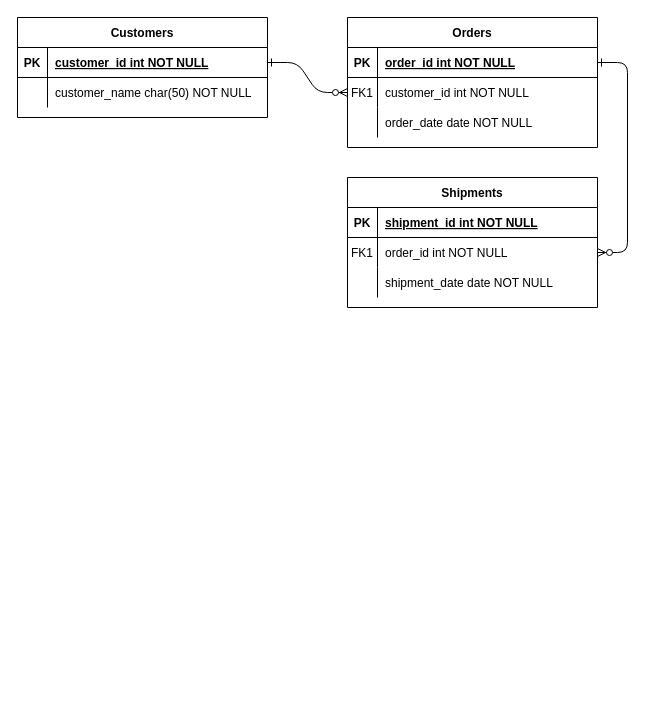
rudras3/hello-world keeps this draw.io diagram as Untitled Diagram.drawio. Above is the earlier version. Source tidied: cells renumbered, new cells numbered last; positions are measured from the earlier drawing's top-left corner, leaving out a move shared by most shapes. Both pictures are drawn from the tidied source at 100%, with x=0, y=0 at pixel (17, 17).
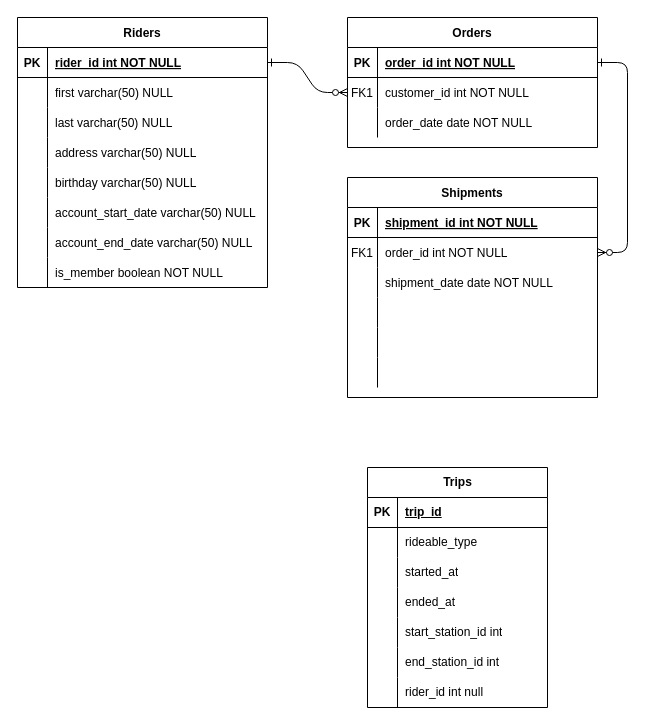
After the change.

Unchanged cells that the change refers to:
```xml
<mxCell id="25" style="shape=partialRectangle;fillColor=none;points=[[0,0.5],[1,0.5]];portConstraint=eastwest;top=0;left=0;right=0;bottom=1;" parent="24" vertex="1">
  <mxGeometry y="30" width="250" height="30" as="geometry" />
</mxCell>
<mxCell id="28" style="shape=partialRectangle;fillColor=none;top=0;left=0;right=0;bottom=0;" parent="24" vertex="1">
  <mxGeometry y="60" width="250" height="30" as="geometry" />
</mxCell>
```

Change to the diagram source:
```diff
@@
-    <mxCell id="14" value="Shipments" style="shape=table;startSize=30;childLayout=tableLayout;rowLines=0;fontStyle=1;align=center;" parent="1" vertex="1">
-      <mxGeometry x="330" y="160" width="250" height="130" as="geometry" />
+    <mxCell id="14" value="Shipments" style="shape=table;startSize=30;childLayout=tableLayout;rowLines=0;fontStyle=1;align=center;fontSize=12;" parent="1" vertex="1">
+      <mxGeometry x="330" y="160" width="250" height="220" as="geometry" />
     </mxCell>
@@
+    <mxCell id="31" style="shape=partialRectangle;fillColor=none;top=0;left=0;right=0;bottom=0;" parent="14" vertex="1">
+      <mxGeometry y="120" width="250" height="30" as="geometry" />
+    </mxCell>
+    <mxCell id="32" style="shape=partialRectangle;overflow=hidden;fillColor=none;top=0;left=0;bottom=0;right=0;" parent="31" vertex="1">
+      <mxGeometry width="30" height="30" as="geometry" />
+    </mxCell>
+    <mxCell id="33" style="shape=partialRectangle;overflow=hidden;fillColor=none;top=0;left=0;bottom=0;right=0;align=left;spacingLeft=6;" parent="31" vertex="1">
+      <mxGeometry x="30" width="220" height="30" as="geometry" />
+    </mxCell>
+    <mxCell id="34" style="shape=partialRectangle;fillColor=none;top=0;left=0;right=0;bottom=0;" parent="14" vertex="1">
+      <mxGeometry y="150" width="250" height="30" as="geometry" />
+    </mxCell>
+    <mxCell id="35" style="shape=partialRectangle;overflow=hidden;fillColor=none;top=0;left=0;bottom=0;right=0;" parent="34" vertex="1">
+      <mxGeometry width="30" height="30" as="geometry" />
+    </mxCell>
+    <mxCell id="36" style="shape=partialRectangle;overflow=hidden;fillColor=none;top=0;left=0;bottom=0;right=0;align=left;spacingLeft=6;" parent="34" vertex="1">
+      <mxGeometry x="30" width="220" height="30" as="geometry" />
+    </mxCell>
+    <mxCell id="37" style="shape=partialRectangle;fillColor=none;top=0;left=0;right=0;bottom=0;" parent="14" vertex="1">
+      <mxGeometry y="180" width="250" height="30" as="geometry" />
+    </mxCell>
+    <mxCell id="38" style="shape=partialRectangle;overflow=hidden;fillColor=none;top=0;left=0;bottom=0;right=0;" parent="37" vertex="1">
+      <mxGeometry width="30" height="30" as="geometry" />
+    </mxCell>
+    <mxCell id="39" style="shape=partialRectangle;overflow=hidden;fillColor=none;top=0;left=0;bottom=0;right=0;align=left;spacingLeft=6;" parent="37" vertex="1">
+      <mxGeometry x="30" width="220" height="30" as="geometry" />
+    </mxCell>
-    <mxCell id="24" value="Customers" style="shape=table;startSize=30;childLayout=tableLayout;rowLines=0;fontStyle=1;align=center;" parent="1" vertex="1">
-      <mxGeometry width="250" height="100" as="geometry" />
+    <mxCell id="24" value="Riders" style="shape=table;startSize=30;childLayout=tableLayout;rowLines=0;fontStyle=1;align=center;" parent="1" vertex="1">
+      <mxGeometry width="250" height="270" as="geometry" />
     </mxCell>
@@
-    <mxCell id="27" value="customer_id int NOT NULL " style="shape=partialRectangle;overflow=hidden;fillColor=none;top=0;left=0;bottom=0;right=0;align=left;spacingLeft=6;fontStyle=5;" parent="25" vertex="1">
+    <mxCell id="27" value="rider_id int NOT NULL " style="shape=partialRectangle;overflow=hidden;fillColor=none;top=0;left=0;bottom=0;right=0;align=left;spacingLeft=6;fontStyle=5;" parent="25" vertex="1">
       <mxGeometry x="30" width="220" height="30" as="geometry" />
     </mxCell>
@@
-    <mxCell id="30" value="customer_name char(50) NOT NULL" style="shape=partialRectangle;overflow=hidden;fillColor=none;top=0;left=0;bottom=0;right=0;align=left;spacingLeft=6;" parent="28" vertex="1">
+    <mxCell id="30" value="first varchar(50) NULL" style="shape=partialRectangle;overflow=hidden;fillColor=none;top=0;left=0;bottom=0;right=0;align=left;spacingLeft=6;" parent="28" vertex="1">
       <mxGeometry x="30" width="220" height="30" as="geometry" />
     </mxCell>
+    <mxCell id="40" style="shape=partialRectangle;fillColor=none;top=0;left=0;right=0;bottom=0;" parent="24" vertex="1">
+      <mxGeometry y="90" width="250" height="30" as="geometry" />
+    </mxCell>
+    <mxCell id="41" style="shape=partialRectangle;overflow=hidden;fillColor=none;top=0;left=0;bottom=0;right=0;" parent="40" vertex="1">
+      <mxGeometry width="30" height="30" as="geometry" />
+    </mxCell>
+    <mxCell id="42" value="last varchar(50) NULL" style="shape=partialRectangle;overflow=hidden;fillColor=none;top=0;left=0;bottom=0;right=0;align=left;spacingLeft=6;" parent="40" vertex="1">
+      <mxGeometry x="30" width="220" height="30" as="geometry" />
+    </mxCell>
+    <mxCell id="43" style="shape=partialRectangle;fillColor=none;top=0;left=0;right=0;bottom=0;" parent="24" vertex="1">
+      <mxGeometry y="120" width="250" height="30" as="geometry" />
+    </mxCell>
+    <mxCell id="44" style="shape=partialRectangle;overflow=hidden;fillColor=none;top=0;left=0;bottom=0;right=0;" parent="43" vertex="1">
+      <mxGeometry width="30" height="30" as="geometry" />
+    </mxCell>
+    <mxCell id="45" value="address varchar(50) NULL" style="shape=partialRectangle;overflow=hidden;fillColor=none;top=0;left=0;bottom=0;right=0;align=left;spacingLeft=6;" parent="43" vertex="1">
+      <mxGeometry x="30" width="220" height="30" as="geometry" />
+    </mxCell>
+    <mxCell id="46" style="shape=partialRectangle;fillColor=none;top=0;left=0;right=0;bottom=0;" parent="24" vertex="1">
+      <mxGeometry y="150" width="250" height="30" as="geometry" />
+    </mxCell>
+    <mxCell id="47" style="shape=partialRectangle;overflow=hidden;fillColor=none;top=0;left=0;bottom=0;right=0;" parent="46" vertex="1">
+      <mxGeometry width="30" height="30" as="geometry" />
+    </mxCell>
+    <mxCell id="48" value="birthday varchar(50) NULL" style="shape=partialRectangle;overflow=hidden;fillColor=none;top=0;left=0;bottom=0;right=0;align=left;spacingLeft=6;" parent="46" vertex="1">
+      <mxGeometry x="30" width="220" height="30" as="geometry" />
+    </mxCell>
+    <mxCell id="49" style="shape=partialRectangle;fillColor=none;top=0;left=0;right=0;bottom=0;" parent="24" vertex="1">
+      <mxGeometry y="180" width="250" height="30" as="geometry" />
+    </mxCell>
+    <mxCell id="50" style="shape=partialRectangle;overflow=hidden;fillColor=none;top=0;left=0;bottom=0;right=0;" parent="49" vertex="1">
+      <mxGeometry width="30" height="30" as="geometry" />
+    </mxCell>
+    <mxCell id="51" value="account_start_date varchar(50) NULL" style="shape=partialRectangle;overflow=hidden;fillColor=none;top=0;left=0;bottom=0;right=0;align=left;spacingLeft=6;" parent="49" vertex="1">
+      <mxGeometry x="30" width="220" height="30" as="geometry" />
+    </mxCell>
+    <mxCell id="52" style="shape=partialRectangle;fillColor=none;top=0;left=0;right=0;bottom=0;" parent="24" vertex="1">
+      <mxGeometry y="210" width="250" height="30" as="geometry" />
+    </mxCell>
+    <mxCell id="53" style="shape=partialRectangle;overflow=hidden;fillColor=none;top=0;left=0;bottom=0;right=0;" parent="52" vertex="1">
+      <mxGeometry width="30" height="30" as="geometry" />
+    </mxCell>
+    <mxCell id="54" value="account_end_date varchar(50) NULL" style="shape=partialRectangle;overflow=hidden;fillColor=none;top=0;left=0;bottom=0;right=0;align=left;spacingLeft=6;" parent="52" vertex="1">
+      <mxGeometry x="30" width="220" height="30" as="geometry" />
+    </mxCell>
+    <mxCell id="55" style="shape=partialRectangle;fillColor=none;top=0;left=0;right=0;bottom=0;" parent="24" vertex="1">
+      <mxGeometry y="240" width="250" height="30" as="geometry" />
+    </mxCell>
+    <mxCell id="56" style="shape=partialRectangle;overflow=hidden;fillColor=none;top=0;left=0;bottom=0;right=0;" parent="55" vertex="1">
+      <mxGeometry width="30" height="30" as="geometry" />
+    </mxCell>
+    <mxCell id="57" value="is_member boolean NOT NULL" style="shape=partialRectangle;overflow=hidden;fillColor=none;top=0;left=0;bottom=0;right=0;align=left;spacingLeft=6;" parent="55" vertex="1">
+      <mxGeometry x="30" width="220" height="30" as="geometry" />
+    </mxCell>
+    <mxCell id="58" value="Trips" style="shape=table;startSize=30;childLayout=tableLayout;rowLines=0;fontStyle=1;align=center;html=1;" parent="1" vertex="1">
+      <mxGeometry x="350" y="450" width="180" height="240" as="geometry" />
+    </mxCell>
+    <mxCell id="59" style="shape=tableRow;horizontal=0;startSize=0;swimlaneHead=0;swimlaneBody=0;fillColor=none;top=0;left=0;right=0;bottom=1;" parent="58" vertex="1">
+      <mxGeometry y="30" width="180" height="30" as="geometry" />
+    </mxCell>
+    <mxCell id="60" value="PK" style="shape=partialRectangle;fillColor=none;top=0;left=0;bottom=0;right=0;fontStyle=1;overflow=hidden;whiteSpace=wrap;html=1;" parent="59" vertex="1">
+      <mxGeometry width="30" height="30" as="geometry" />
+    </mxCell>
+    <mxCell id="61" value="trip_id" style="shape=partialRectangle;fillColor=none;top=0;left=0;bottom=0;right=0;align=left;spacingLeft=6;fontStyle=5;overflow=hidden;whiteSpace=wrap;html=1;" parent="59" vertex="1">
+      <mxGeometry x="30" width="150" height="30" as="geometry" />
+    </mxCell>
+    <mxCell id="62" style="shape=tableRow;horizontal=0;startSize=0;swimlaneHead=0;swimlaneBody=0;fillColor=none;top=0;left=0;right=0;bottom=0;" parent="58" vertex="1">
+      <mxGeometry y="60" width="180" height="30" as="geometry" />
+    </mxCell>
+    <mxCell id="63" style="shape=partialRectangle;fillColor=none;top=0;left=0;bottom=0;right=0;overflow=hidden;whiteSpace=wrap;html=1;" parent="62" vertex="1">
+      <mxGeometry width="30" height="30" as="geometry" />
+    </mxCell>
+    <mxCell id="64" value="rideable_type" style="shape=partialRectangle;fillColor=none;top=0;left=0;bottom=0;right=0;align=left;spacingLeft=6;overflow=hidden;whiteSpace=wrap;html=1;" parent="62" vertex="1">
+      <mxGeometry x="30" width="150" height="30" as="geometry" />
+    </mxCell>
+    <mxCell id="65" style="shape=tableRow;horizontal=0;startSize=0;swimlaneHead=0;swimlaneBody=0;fillColor=none;top=0;left=0;right=0;bottom=0;" parent="58" vertex="1">
+      <mxGeometry y="90" width="180" height="30" as="geometry" />
+    </mxCell>
+    <mxCell id="66" style="shape=partialRectangle;fillColor=none;top=0;left=0;bottom=0;right=0;overflow=hidden;whiteSpace=wrap;html=1;" parent="65" vertex="1">
+      <mxGeometry width="30" height="30" as="geometry" />
+    </mxCell>
+    <mxCell id="67" value="started_at" style="shape=partialRectangle;fillColor=none;top=0;left=0;bottom=0;right=0;align=left;spacingLeft=6;overflow=hidden;whiteSpace=wrap;html=1;" parent="65" vertex="1">
+      <mxGeometry x="30" width="150" height="30" as="geometry" />
+    </mxCell>
+    <mxCell id="68" style="shape=tableRow;horizontal=0;startSize=0;swimlaneHead=0;swimlaneBody=0;fillColor=none;top=0;left=0;right=0;bottom=0;" parent="58" vertex="1">
+      <mxGeometry y="120" width="180" height="30" as="geometry" />
+    </mxCell>
+    <mxCell id="69" style="shape=partialRectangle;fillColor=none;top=0;left=0;bottom=0;right=0;overflow=hidden;whiteSpace=wrap;html=1;" parent="68" vertex="1">
+      <mxGeometry width="30" height="30" as="geometry" />
+    </mxCell>
+    <mxCell id="70" value="ended_at" style="shape=partialRectangle;fillColor=none;top=0;left=0;bottom=0;right=0;align=left;spacingLeft=6;overflow=hidden;whiteSpace=wrap;html=1;" parent="68" vertex="1">
+      <mxGeometry x="30" width="150" height="30" as="geometry" />
+    </mxCell>
+    <mxCell id="71" style="shape=tableRow;horizontal=0;startSize=0;swimlaneHead=0;swimlaneBody=0;fillColor=none;top=0;left=0;right=0;bottom=0;" parent="58" vertex="1">
+      <mxGeometry y="150" width="180" height="30" as="geometry" />
+    </mxCell>
+    <mxCell id="72" style="shape=partialRectangle;fillColor=none;top=0;left=0;bottom=0;right=0;overflow=hidden;whiteSpace=wrap;html=1;" parent="71" vertex="1">
+      <mxGeometry width="30" height="30" as="geometry" />
+    </mxCell>
+    <mxCell id="73" value="start_station_id int" style="shape=partialRectangle;fillColor=none;top=0;left=0;bottom=0;right=0;align=left;spacingLeft=6;overflow=hidden;whiteSpace=wrap;html=1;" parent="71" vertex="1">
+      <mxGeometry x="30" width="150" height="30" as="geometry" />
+    </mxCell>
+    <mxCell id="74" style="shape=tableRow;horizontal=0;startSize=0;swimlaneHead=0;swimlaneBody=0;fillColor=none;top=0;left=0;right=0;bottom=0;" parent="58" vertex="1">
+      <mxGeometry y="180" width="180" height="30" as="geometry" />
+    </mxCell>
+    <mxCell id="75" style="shape=partialRectangle;fillColor=none;top=0;left=0;bottom=0;right=0;overflow=hidden;whiteSpace=wrap;html=1;" parent="74" vertex="1">
+      <mxGeometry width="30" height="30" as="geometry" />
+    </mxCell>
+    <mxCell id="76" value="end_station_id int" style="shape=partialRectangle;fillColor=none;top=0;left=0;bottom=0;right=0;align=left;spacingLeft=6;overflow=hidden;whiteSpace=wrap;html=1;" parent="74" vertex="1">
+      <mxGeometry x="30" width="150" height="30" as="geometry" />
+    </mxCell>
+    <mxCell id="77" style="shape=tableRow;horizontal=0;startSize=0;swimlaneHead=0;swimlaneBody=0;fillColor=none;top=0;left=0;right=0;bottom=0;" parent="58" vertex="1">
+      <mxGeometry y="210" width="180" height="30" as="geometry" />
+    </mxCell>
+    <mxCell id="78" style="shape=partialRectangle;fillColor=none;top=0;left=0;bottom=0;right=0;overflow=hidden;whiteSpace=wrap;html=1;" parent="77" vertex="1">
+      <mxGeometry width="30" height="30" as="geometry" />
+    </mxCell>
+    <mxCell id="79" value="rider_id int null" style="shape=partialRectangle;fillColor=none;top=0;left=0;bottom=0;right=0;align=left;spacingLeft=6;overflow=hidden;whiteSpace=wrap;html=1;" parent="77" vertex="1">
+      <mxGeometry x="30" width="150" height="30" as="geometry" />
+    </mxCell>
+    <mxCell id="80" style="shape=partialRectangle;fillColor=none;top=0;left=0;bottom=0;right=0;overflow=hidden;" parent="1" vertex="1">
+      <mxGeometry y="120" width="30" height="30" as="geometry" />
+    </mxCell>
```
